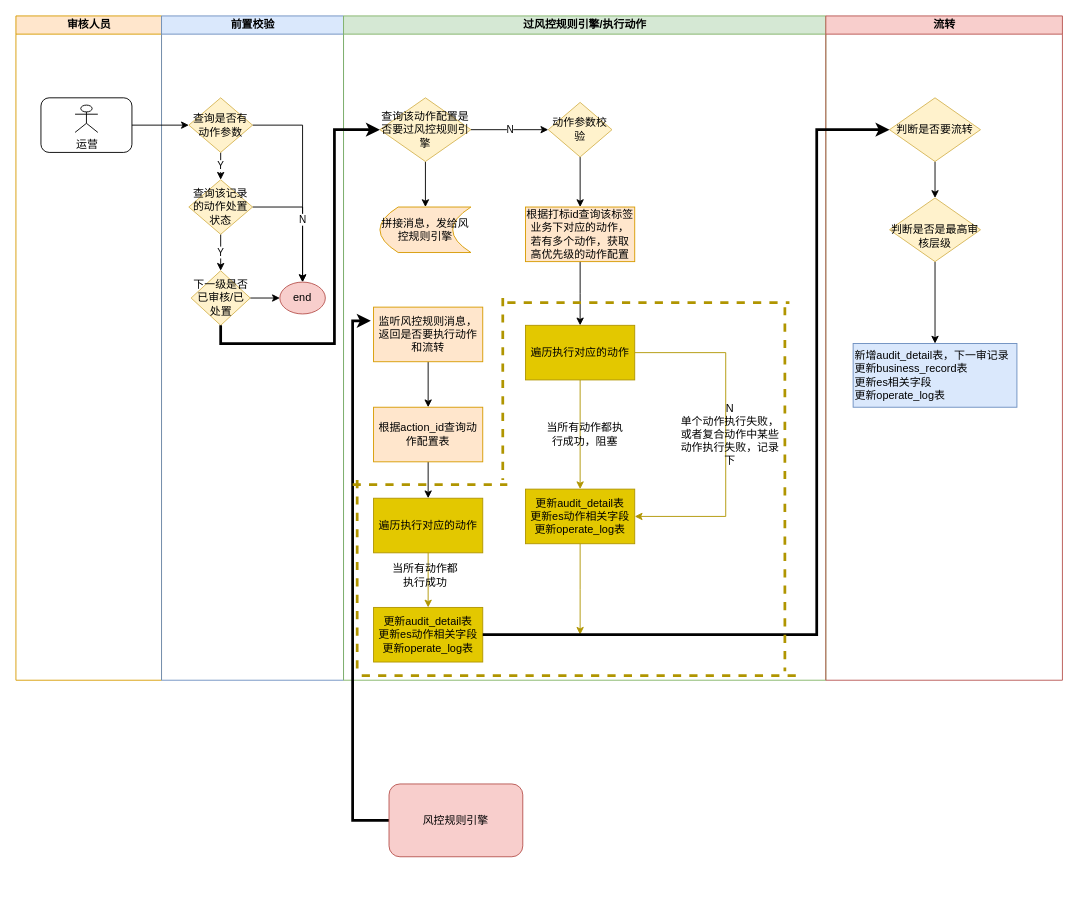
Before: 架构设计/主控动作模块.drawio in haiyunzhu/javaKnowledge, a draw.io diagram. Source tidied: cells renumbered, new cells numbered last; positions are measured from the earlier drawing's top-left corner, leaving out a move shared by most shapes. Both pictures are drawn from the tidied source at 91%, with x=0, y=0 at pixel (15, 15).
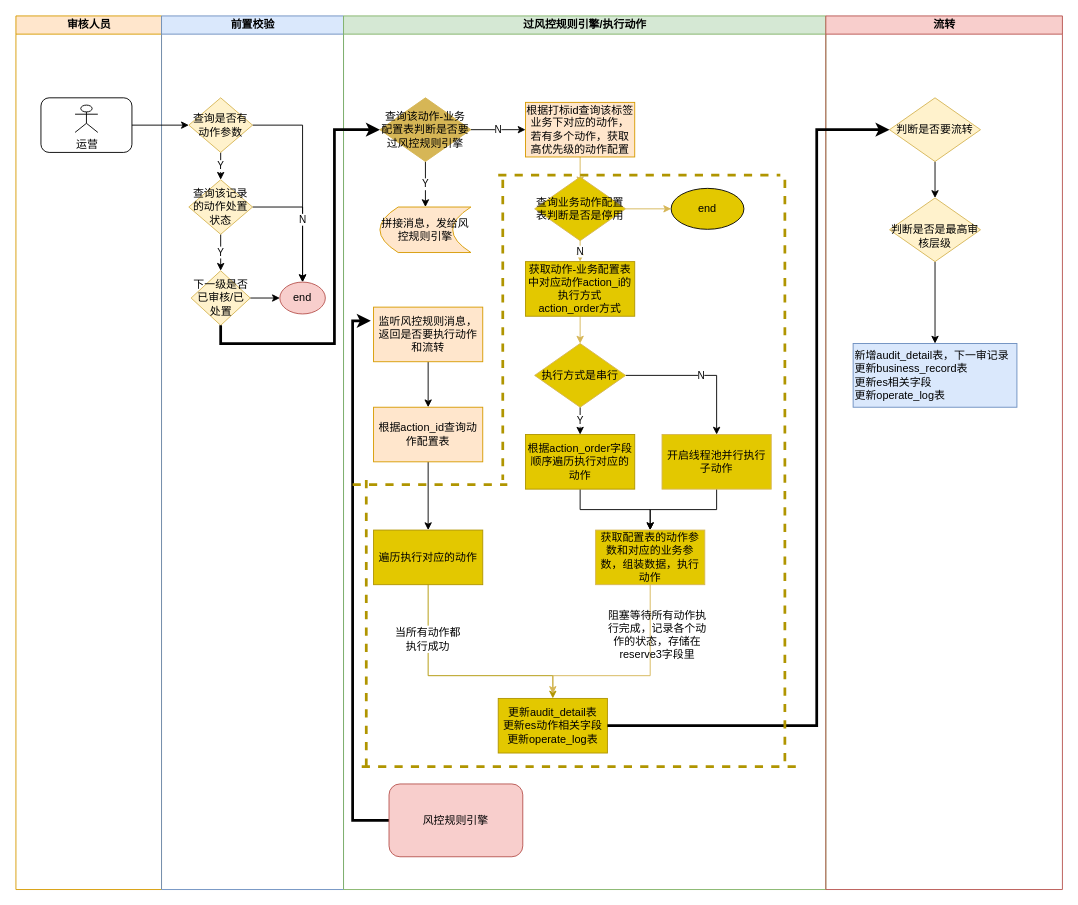
The same diagram, later.

Commit message:
更新主控动作模块.drawio

Unchanged cells that the change refers to:
```xml
<mxCell id="27" value="&lt;span&gt;拼接消息，发给风控规则引擎&lt;/span&gt;" style="shape=dataStorage;whiteSpace=wrap;html=1;fixedSize=1;fillColor=#ffe6cc;strokeColor=#d79b00;" parent="15" vertex="1">
  <mxGeometry x="40" y="210" width="100" height="50" as="geometry" />
</mxCell>
<mxCell id="44" value="判断是否要流转" style="rhombus;whiteSpace=wrap;html=1;fillColor=#fff2cc;strokeColor=#d6b656;" parent="42" vertex="1">
  <mxGeometry x="70" y="90" width="100" height="70" as="geometry" />
</mxCell>
```

The edit, as a diff of the source:
```diff
@@
     <mxCell id="2" value="审核人员" style="swimlane;html=1;startSize=20;fillColor=#ffe6cc;strokeColor=#d79b00;" parent="1" vertex="1">
-      <mxGeometry width="160" height="730" as="geometry" />
+      <mxGeometry width="160" height="960" as="geometry" />
     </mxCell>
@@
     <mxCell id="5" value="前置校验" style="swimlane;html=1;startSize=20;fillColor=#dae8fc;strokeColor=#6c8ebf;" parent="1" vertex="1">
-      <mxGeometry x="160" width="200" height="730" as="geometry" />
+      <mxGeometry x="160" width="200" height="960" as="geometry" />
     </mxCell>
@@
     <mxCell id="15" value="过风控规则引擎/执行动作" style="swimlane;html=1;startSize=20;fillColor=#d5e8d4;strokeColor=#82b366;" parent="1" vertex="1">
-      <mxGeometry x="360" width="530" height="730" as="geometry" />
+      <mxGeometry x="360" width="530" height="960" as="geometry" />
     </mxCell>
-    <mxCell id="16" style="edgeStyle=orthogonalEdgeStyle;rounded=0;jettySize=auto;html=1;exitX=0.5;exitY=1;exitDx=0;exitDy=0;entryX=0.5;entryY=0;entryDx=0;entryDy=0;" parent="15" edge="1" source="17" target="19">
-      <mxGeometry relative="1" as="geometry" />
-    </mxCell>
-    <mxCell id="17" value="动作参数校验" style="rhombus;whiteSpace=wrap;html=1;fillColor=#fff2cc;strokeColor=#d6b656;" parent="15" vertex="1">
-      <mxGeometry x="225" y="95" width="70" height="60" as="geometry" />
-    </mxCell>
-    <mxCell id="18" style="edgeStyle=orthogonalEdgeStyle;rounded=0;jettySize=auto;html=1;exitX=0.5;exitY=1;exitDx=0;exitDy=0;" parent="15" edge="1" source="19">
-      <mxGeometry relative="1" as="geometry">
-        <mxPoint x="260" y="340" as="targetPoint" />
-      </mxGeometry>
-    </mxCell>
+    <mxCell id="56" style="edgeStyle=orthogonalEdgeStyle;rounded=0;jettySize=auto;html=1;exitX=0.5;exitY=1;exitDx=0;exitDy=0;strokeColor=#D6B656;entryX=0.5;entryY=0.114;entryDx=0;entryDy=0;entryPerimeter=0;" parent="15" edge="1" source="19" target="70">
+      <mxGeometry relative="1" as="geometry" />
+    </mxCell>
     <mxCell id="19" value="根据打标id查询该标签业务下对应的动作，若有多个动作，获取高优先级的动作配置" style="rounded=0;whiteSpace=wrap;html=1;fillColor=#ffe6cc;strokeColor=#d79b00;" parent="15" vertex="1">
-      <mxGeometry x="200" y="210" width="120" height="60" as="geometry" />
+      <mxGeometry x="200" y="95" width="120" height="60" as="geometry" />
     </mxCell>
-    <mxCell id="20" value="N" style="edgeStyle=orthogonalEdgeStyle;rounded=0;jettySize=auto;html=1;exitX=1;exitY=0.5;exitDx=0;exitDy=0;entryX=0;entryY=0.5;entryDx=0;entryDy=0;" parent="15" edge="1" source="22" target="17">
-      <mxGeometry relative="1" as="geometry" />
+    <mxCell id="20" value="N" style="edgeStyle=orthogonalEdgeStyle;rounded=0;jettySize=auto;html=1;exitX=1;exitY=0.5;exitDx=0;exitDy=0;" parent="15" edge="1" source="22">
+      <mxGeometry relative="1" as="geometry">
+        <mxPoint x="200" y="125" as="targetPoint" />
+      </mxGeometry>
     </mxCell>
-    <mxCell id="21" style="edgeStyle=orthogonalEdgeStyle;rounded=0;jettySize=auto;html=1;exitX=0.5;exitY=1;exitDx=0;exitDy=0;entryX=0.5;entryY=0;entryDx=0;entryDy=0;" parent="15" edge="1" source="22" target="27">
+    <mxCell id="21" value="Y" style="edgeStyle=orthogonalEdgeStyle;rounded=0;jettySize=auto;html=1;exitX=0.5;exitY=1;exitDx=0;exitDy=0;entryX=0.5;entryY=0;entryDx=0;entryDy=0;" parent="15" edge="1" source="22" target="27">
       <mxGeometry relative="1" as="geometry" />
     </mxCell>
-    <mxCell id="22" value="查询该动作配置是否要过风控规则引擎" style="rhombus;whiteSpace=wrap;html=1;fillColor=#fff2cc;strokeColor=#d6b656;" parent="15" vertex="1">
+    <mxCell id="22" value="查询该动作-业务配置表判断是否要过风控规则引擎" style="rhombus;whiteSpace=wrap;html=1;strokeColor=#d6b656;fillColor=#D6B656;" parent="15" vertex="1">
       <mxGeometry x="40" y="90" width="100" height="70" as="geometry" />
     </mxCell>
@@
-    <mxCell id="28" style="edgeStyle=orthogonalEdgeStyle;rounded=0;jettySize=auto;html=1;exitX=0.5;exitY=1;exitDx=0;exitDy=0;entryX=0.5;entryY=0;entryDx=0;entryDy=0;strokeColor=#B09500;fillColor=#e3c800;" parent="15" edge="1" source="30" target="32">
-      <mxGeometry relative="1" as="geometry" />
-    </mxCell>
-    <mxCell id="29" style="edgeStyle=orthogonalEdgeStyle;rounded=0;jettySize=auto;html=1;exitX=1;exitY=0.5;exitDx=0;exitDy=0;entryX=1;entryY=0.5;entryDx=0;entryDy=0;strokeColor=#B09500;fillColor=#e3c800;" parent="15" edge="1" source="30" target="32">
-      <mxGeometry relative="1" as="geometry">
-        <Array as="points">
-          <mxPoint x="420" y="370" />
-          <mxPoint x="420" y="550" />
-        </Array>
-      </mxGeometry>
-    </mxCell>
+    <mxCell id="57" style="edgeStyle=orthogonalEdgeStyle;rounded=0;jettySize=auto;html=1;exitX=0.5;exitY=1;exitDx=0;exitDy=0;entryX=0.5;entryY=0;entryDx=0;entryDy=0;" parent="15" edge="1" source="30" target="66">
+      <mxGeometry relative="1" as="geometry" />
+    </mxCell>
-    <mxCell id="30" value="遍历执行对应的动作" style="rounded=0;whiteSpace=wrap;html=1;fillColor=#e3c800;strokeColor=#B09500;fontColor=#000000;" parent="15" vertex="1">
-      <mxGeometry x="200" y="340" width="120" height="60" as="geometry" />
+    <mxCell id="30" value="根据&lt;span&gt;action_order字段顺序&lt;/span&gt;&lt;span&gt;遍历执行对应的动作&lt;/span&gt;" style="rounded=0;whiteSpace=wrap;html=1;strokeColor=#B09500;fontColor=#000000;fillColor=#E3C800;" parent="15" vertex="1">
+      <mxGeometry x="200" y="460" width="120" height="60" as="geometry" />
     </mxCell>
-    <mxCell id="31" style="edgeStyle=orthogonalEdgeStyle;rounded=0;jettySize=auto;html=1;exitX=0.5;exitY=1;exitDx=0;exitDy=0;fillColor=#e3c800;strokeColor=#B09500;" parent="15" edge="1" source="32">
-      <mxGeometry relative="1" as="geometry">
-        <mxPoint x="260" y="680" as="targetPoint" />
-      </mxGeometry>
-    </mxCell>
-    <mxCell id="32" value="更新audit_detail表&lt;br&gt;更新es动作相关字段&lt;br&gt;更新operate_log表" style="rounded=0;whiteSpace=wrap;html=1;fillColor=#e3c800;strokeColor=#B09500;fontColor=#000000;" parent="15" vertex="1">
-      <mxGeometry x="200" y="520" width="120" height="60" as="geometry" />
-    </mxCell>
     <mxCell id="33" value="遍历执行对应的动作" style="rounded=0;whiteSpace=wrap;html=1;fillColor=#e3c800;strokeColor=#B09500;fontColor=#000000;" parent="15" vertex="1">
-      <mxGeometry x="33" y="530" width="120" height="60" as="geometry" />
+      <mxGeometry x="33" y="565" width="120" height="60" as="geometry" />
     </mxCell>
     <mxCell id="34" value="更新audit_detail表&lt;br&gt;更新es动作相关字段&lt;br&gt;更新operate_log表" style="rounded=0;whiteSpace=wrap;html=1;fillColor=#e3c800;strokeColor=#B09500;fontColor=#000000;" parent="15" vertex="1">
-      <mxGeometry x="33" y="650" width="120" height="60" as="geometry" />
+      <mxGeometry x="170" y="750" width="120" height="60" as="geometry" />
     </mxCell>
-    <mxCell id="35" style="edgeStyle=orthogonalEdgeStyle;rounded=0;jettySize=auto;html=1;exitX=0.5;exitY=1;exitDx=0;exitDy=0;entryX=0.5;entryY=0;entryDx=0;entryDy=0;fillColor=#e3c800;strokeColor=#B09500;" parent="15" edge="1" source="33" target="34">
+    <mxCell id="35" style="edgeStyle=orthogonalEdgeStyle;rounded=0;jettySize=auto;html=1;exitX=0.5;exitY=1;exitDx=0;exitDy=0;entryX=0.5;entryY=0;entryDx=0;entryDy=0;fillColor=#e3c800;strokeColor=#B09500;startArrow=none;" parent="15" edge="1" source="38" target="34">
       <mxGeometry relative="1" as="geometry" />
     </mxCell>
-    <mxCell id="36" value="当所有动作都执行成功，阻塞" style="text;html=1;strokeColor=none;fillColor=none;align=center;verticalAlign=middle;whiteSpace=wrap;rounded=0;" parent="15" vertex="1">
-      <mxGeometry x="217.5" y="442.5" width="95" height="35" as="geometry" />
-    </mxCell>
-    <mxCell id="37" value="N&lt;br&gt;单个动作执行失败，或者复合动作中某些动作执行失败，记录下" style="text;html=1;strokeColor=none;fillColor=none;align=center;verticalAlign=middle;whiteSpace=wrap;rounded=0;" parent="15" vertex="1">
-      <mxGeometry x="370" y="430" width="110" height="60" as="geometry" />
-    </mxCell>
-    <mxCell id="38" value="当所有动作都执行成功" style="text;html=1;strokeColor=none;fillColor=none;align=center;verticalAlign=middle;whiteSpace=wrap;rounded=0;" parent="15" vertex="1">
-      <mxGeometry x="50" y="600" width="80" height="30" as="geometry" />
-    </mxCell>
     <mxCell id="39" style="line;strokeWidth=3;html=1;perimeter=backbonePerimeter;dashed=1;fillColor=#e3c800;strokeColor=#B09500;fontColor=#000000;" parent="15" vertex="1">
-      <mxGeometry x="180" y="310" width="310" height="10" as="geometry" />
+      <mxGeometry x="170" y="170" width="310" height="10" as="geometry" />
     </mxCell>
     <mxCell id="40" style="line;strokeWidth=3;direction=south;html=1;perimeter=backbonePerimeter;dashed=1;fillColor=#e3c800;strokeColor=#B09500;fontColor=#000000;" parent="15" vertex="1">
-      <mxGeometry x="170" y="310" width="10" height="200" as="geometry" />
+      <mxGeometry x="170" y="180" width="10" height="330" as="geometry" />
     </mxCell>
     <mxCell id="41" style="line;strokeWidth=3;direction=south;html=1;perimeter=backbonePerimeter;dashed=1;fillColor=#e3c800;strokeColor=#B09500;fontColor=#000000;" parent="15" vertex="1">
-      <mxGeometry x="10" y="510" width="10" height="210" as="geometry" />
+      <mxGeometry x="20" y="510" width="10" height="320" as="geometry" />
     </mxCell>
+    <mxCell id="58" style="edgeStyle=orthogonalEdgeStyle;rounded=0;jettySize=auto;html=1;exitX=0.5;exitY=1;exitDx=0;exitDy=0;entryX=0.5;entryY=0;entryDx=0;entryDy=0;strokeColor=#D6B656;" parent="15" edge="1" source="59" target="62">
+      <mxGeometry relative="1" as="geometry" />
+    </mxCell>
+    <mxCell id="59" value="获取动作-业务配置表中对应动作action_i的执行方式&lt;br&gt;action_order方式" style="rounded=0;whiteSpace=wrap;html=1;fillColor=#e3c800;strokeColor=#B09500;fontColor=#000000;" parent="15" vertex="1">
+      <mxGeometry x="200" y="270" width="120" height="60" as="geometry" />
+    </mxCell>
+    <mxCell id="60" value="N" style="edgeStyle=orthogonalEdgeStyle;rounded=0;jettySize=auto;html=1;" parent="15" edge="1" source="62" target="64">
+      <mxGeometry relative="1" as="geometry" />
+    </mxCell>
+    <mxCell id="61" value="Y" style="edgeStyle=orthogonalEdgeStyle;rounded=0;jettySize=auto;html=1;exitX=0.5;exitY=1;exitDx=0;exitDy=0;entryX=0.5;entryY=0;entryDx=0;entryDy=0;" parent="15" edge="1" source="62" target="30">
+      <mxGeometry relative="1" as="geometry" />
+    </mxCell>
+    <mxCell id="62" value="执行方式是串行" style="rhombus;whiteSpace=wrap;html=1;strokeColor=#d6b656;fillColor=#E3C800;" parent="15" vertex="1">
+      <mxGeometry x="210" y="360" width="100" height="70" as="geometry" />
+    </mxCell>
+    <mxCell id="63" style="edgeStyle=orthogonalEdgeStyle;rounded=0;jettySize=auto;html=1;exitX=0.5;exitY=1;exitDx=0;exitDy=0;entryX=0.5;entryY=0;entryDx=0;entryDy=0;" parent="15" edge="1" source="64" target="66">
+      <mxGeometry relative="1" as="geometry" />
+    </mxCell>
+    <mxCell id="64" value="开启线程池并行执行&lt;br&gt;子动作" style="whiteSpace=wrap;html=1;strokeColor=#d6b656;fillColor=#E3C800;" parent="15" vertex="1">
+      <mxGeometry x="350" y="460" width="120" height="60" as="geometry" />
+    </mxCell>
+    <mxCell id="65" style="edgeStyle=orthogonalEdgeStyle;rounded=0;orthogonalLoop=1;jettySize=auto;html=1;exitX=0.5;exitY=1;exitDx=0;exitDy=0;strokeColor=#D6B656;" parent="15" edge="1">
+      <mxGeometry relative="1" as="geometry">
+        <mxPoint x="337" y="620" as="sourcePoint" />
+        <mxPoint x="230" y="745" as="targetPoint" />
+        <Array as="points">
+          <mxPoint x="337" y="725" />
+          <mxPoint x="230" y="725" />
+        </Array>
+      </mxGeometry>
+    </mxCell>
+    <mxCell id="66" value="获取配置表的动作参数和对应的业务参数，组装数据，执行动作" style="whiteSpace=wrap;html=1;strokeColor=#d6b656;fillColor=#E3C800;" parent="15" vertex="1">
+      <mxGeometry x="277" y="565" width="120" height="60" as="geometry" />
+    </mxCell>
+    <mxCell id="37" value="阻塞等待所有动作执行完成，记录各个动作的状态，存储在&lt;span&gt;reserve3字段里&lt;/span&gt;" style="text;html=1;strokeColor=none;fillColor=none;align=center;verticalAlign=middle;whiteSpace=wrap;rounded=0;" parent="15" vertex="1">
+      <mxGeometry x="290" y="650" width="110" height="60" as="geometry" />
+    </mxCell>
+    <mxCell id="38" value="当所有动作都执行成功" style="text;html=1;strokeColor=none;fillColor=none;align=center;verticalAlign=middle;whiteSpace=wrap;rounded=0;" parent="15" vertex="1">
+      <mxGeometry x="53" y="670" width="80" height="30" as="geometry" />
+    </mxCell>
+    <mxCell id="67" style="edgeStyle=orthogonalEdgeStyle;rounded=0;jettySize=auto;html=1;exitX=0.5;exitY=1;exitDx=0;exitDy=0;entryX=0.5;entryY=0;entryDx=0;entryDy=0;fillColor=#e3c800;strokeColor=#B09500;endArrow=none;" parent="15" edge="1" source="33" target="38">
+      <mxGeometry relative="1" as="geometry" />
+    </mxCell>
+    <mxCell id="68" value="N" style="edgeStyle=orthogonalEdgeStyle;rounded=0;jettySize=auto;html=1;exitX=0.5;exitY=1;exitDx=0;exitDy=0;entryX=0.5;entryY=0;entryDx=0;entryDy=0;strokeColor=#D6B656;" parent="15" edge="1" source="70" target="59">
+      <mxGeometry relative="1" as="geometry" />
+    </mxCell>
+    <mxCell id="69" style="edgeStyle=orthogonalEdgeStyle;rounded=0;jettySize=auto;html=1;exitX=1;exitY=0.5;exitDx=0;exitDy=0;entryX=0;entryY=0.5;entryDx=0;entryDy=0;strokeColor=#D6B656;" parent="15" edge="1" source="70" target="71">
+      <mxGeometry relative="1" as="geometry" />
+    </mxCell>
+    <mxCell id="70" value="查询业务动作配置表判断是否是停用" style="rhombus;whiteSpace=wrap;html=1;strokeColor=#d6b656;fillColor=#E3C800;" parent="15" vertex="1">
+      <mxGeometry x="210" y="177" width="100" height="70" as="geometry" />
+    </mxCell>
+    <mxCell id="71" value="end" style="ellipse;whiteSpace=wrap;html=1;fillColor=#E3C800;" parent="15" vertex="1">
+      <mxGeometry x="360" y="189.5" width="80" height="45" as="geometry" />
+    </mxCell>
     <mxCell id="42" value="流转" style="swimlane;html=1;startSize=20;fillColor=#f8cecc;strokeColor=#b85450;" parent="1" vertex="1">
-      <mxGeometry x="890" width="260" height="730" as="geometry" />
+      <mxGeometry x="890" width="260" height="960" as="geometry" />
     </mxCell>
@@
     <mxCell id="52" style="edgeStyle=orthogonalEdgeStyle;rounded=0;jettySize=auto;html=1;exitX=1;exitY=0.5;exitDx=0;exitDy=0;entryX=0;entryY=0.5;entryDx=0;entryDy=0;strokeWidth=3;" parent="1" edge="1" source="34" target="44">
       <mxGeometry relative="1" as="geometry">
         <Array as="points">
-          <mxPoint x="880" y="680" />
+          <mxPoint x="880" y="780" />
           <mxPoint x="880" y="125" />
         </Array>
       </mxGeometry>
     </mxCell>
     <mxCell id="53" style="line;strokeWidth=3;direction=south;html=1;perimeter=backbonePerimeter;dashed=1;fillColor=#e3c800;strokeColor=#B09500;fontColor=#000000;" parent="1" vertex="1">
-      <mxGeometry x="840" y="320" width="10" height="400" as="geometry" />
+      <mxGeometry x="840" y="180" width="10" height="640" as="geometry" />
     </mxCell>
@@
     <mxCell id="55" style="line;strokeWidth=3;html=1;perimeter=backbonePerimeter;dashed=1;fillColor=#e3c800;strokeColor=#B09500;fontColor=#000000;" parent="1" vertex="1">
-      <mxGeometry x="380" y="720" width="480" height="10" as="geometry" />
+      <mxGeometry x="380" y="820" width="480" height="10" as="geometry" />
     </mxCell>
```
